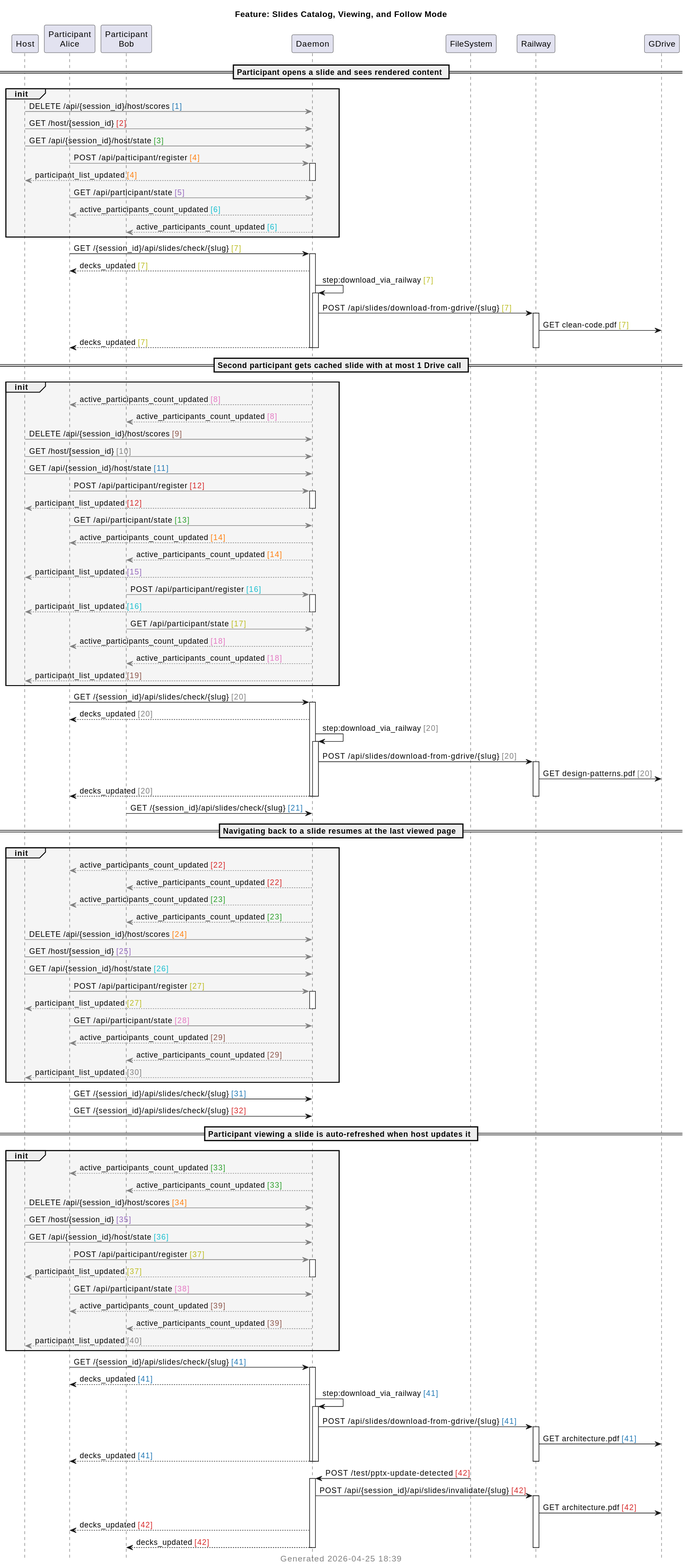
This is docs/sequences/extracted/svg/06-slides-sequence.svg from victorrentea/training-assistant, a PlantUML export, as it was before one commit.
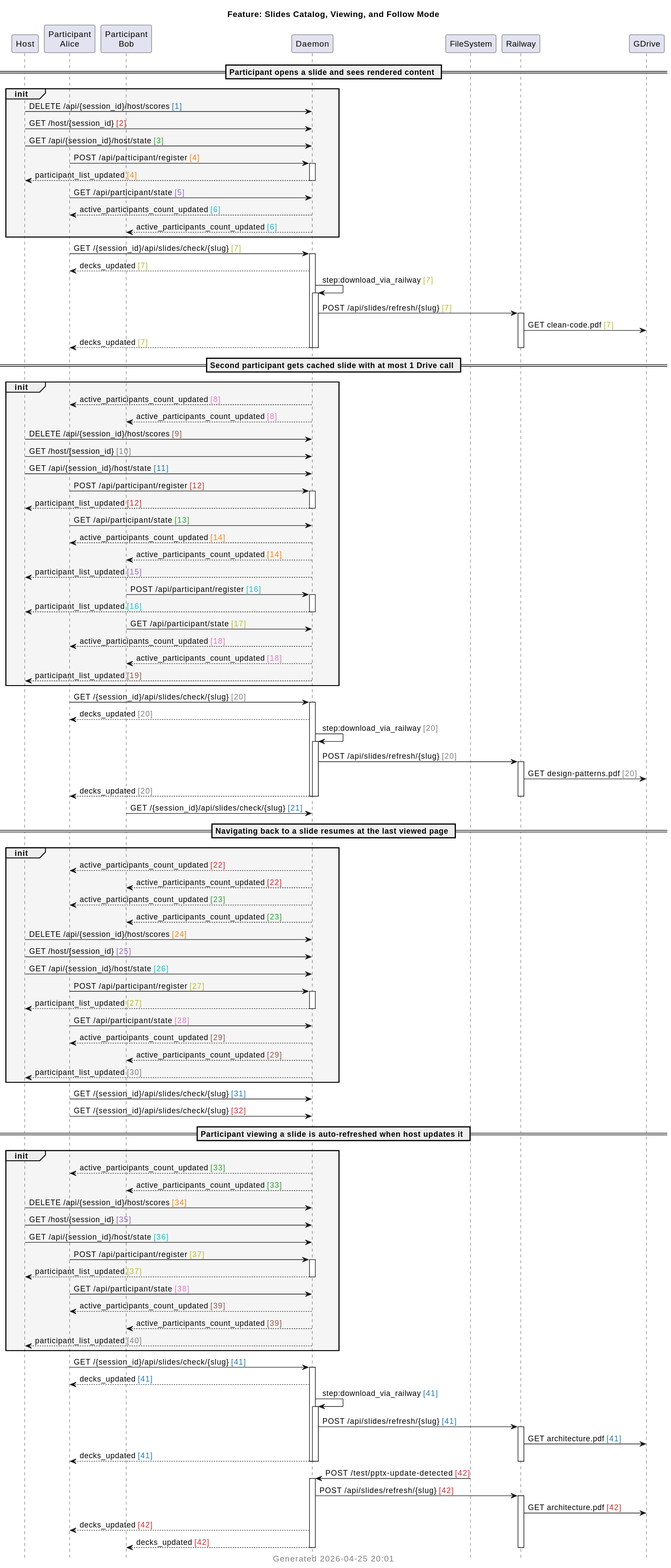
The same file after the commit.

What changed in the source:
```diff
@@ -1,7 +1,7 @@
 @startuml
 hide footbox
 title Feature: Slides Catalog, Viewing, and Follow Mode
-caption <color:gray>Generated 2026-04-25 18:39</color>
+caption <color:gray>Generated 2026-04-25 20:01</color>
 
 participant "Host"
 participant "Participant\nAlice"
@@ -13,23 +13,23 @@
 
 == Participant opens a slide and sees rendered content ==
 group #F5F5F5 init
-  "Host" [#gray]-> "Daemon": DELETE /api/{session_id}/host/scores <color:#1F77B4>[1]</color>
-  "Host" [#gray]-> "Daemon": GET /host/{session_id} <color:#D62728>[2]</color>
-  "Host" [#gray]-> "Daemon": GET /api/{session_id}/host/state <color:#2CA02C>[3]</color>
-  "Participant\nAlice" [#gray]-> "Daemon": POST /api/participant/register <color:#FF7F0E>[4]</color>
+  "Host" -> "Daemon": DELETE /api/{session_id}/host/scores <color:#1F77B4>[1]</color>
+  "Host" -> "Daemon": GET /host/{session_id} <color:#D62728>[2]</color>
+  "Host" -> "Daemon": GET /api/{session_id}/host/state <color:#2CA02C>[3]</color>
+  "Participant\nAlice" -> "Daemon": POST /api/participant/register <color:#FF7F0E>[4]</color>
   activate "Daemon"
-  "Daemon" [#gray]--> "Host": participant_list_updated <color:#FF7F0E>[4]</color>
+  "Daemon" --> "Host": participant_list_updated <color:#FF7F0E>[4]</color>
   deactivate "Daemon"
-  "Participant\nAlice" [#gray]-> "Daemon": GET /api/participant/state <color:#9467BD>[5]</color>
-  "Daemon" [#gray]--> "Participant\nAlice": active_participants_count_updated <color:#17BECF>[6]</color>
-  "Daemon" [#gray]--> "Participant\nBob": active_participants_count_updated <color:#17BECF>[6]</color>
+  "Participant\nAlice" -> "Daemon": GET /api/participant/state <color:#9467BD>[5]</color>
+  "Daemon" --> "Participant\nAlice": active_participants_count_updated <color:#17BECF>[6]</color>
+  "Daemon" --> "Participant\nBob": active_participants_count_updated <color:#17BECF>[6]</color>
 end
 "Participant\nAlice" -> "Daemon": GET /{session_id}/api/slides/check/{slug} <color:#BCBD22>[7]</color>
 activate "Daemon"
 "Daemon" --> "Participant\nAlice": decks_updated <color:#BCBD22>[7]</color>
 "Daemon" -> "Daemon": step:download_via_railway <color:#BCBD22>[7]</color>
 activate "Daemon"
-"Daemon" -> "Railway": POST /api/slides/download-from-gdrive/{slug} <color:#BCBD22>[7]</color>
+"Daemon" -> "Railway": POST /api/slides/refresh/{slug} <color:#BCBD22>[7]</color>
 activate "Railway"
 "Railway" -> "GDrive": GET clean-code.pdf <color:#BCBD22>[7]</color>
 "Daemon" --> "Participant\nAlice": decks_updated <color:#BCBD22>[7]</color>
@@ -39,34 +39,34 @@
 
 == Second participant gets cached slide with at most 1 Drive call ==
 group #F5F5F5 init
-  "Daemon" [#gray]--> "Participant\nAlice": active_participants_count_updated <color:#E377C2>[8]</color>
-  "Daemon" [#gray]--> "Participant\nBob": active_participants_count_updated <color:#E377C2>[8]</color>
-  "Host" [#gray]-> "Daemon": DELETE /api/{session_id}/host/scores <color:#8C564B>[9]</color>
-  "Host" [#gray]-> "Daemon": GET /host/{session_id} <color:#7F7F7F>[10]</color>
-  "Host" [#gray]-> "Daemon": GET /api/{session_id}/host/state <color:#1F77B4>[11]</color>
-  "Participant\nAlice" [#gray]-> "Daemon": POST /api/participant/register <color:#D62728>[12]</color>
+  "Daemon" --> "Participant\nAlice": active_participants_count_updated <color:#E377C2>[8]</color>
+  "Daemon" --> "Participant\nBob": active_participants_count_updated <color:#E377C2>[8]</color>
+  "Host" -> "Daemon": DELETE /api/{session_id}/host/scores <color:#8C564B>[9]</color>
+  "Host" -> "Daemon": GET /host/{session_id} <color:#7F7F7F>[10]</color>
+  "Host" -> "Daemon": GET /api/{session_id}/host/state <color:#1F77B4>[11]</color>
+  "Participant\nAlice" -> "Daemon": POST /api/participant/register <color:#D62728>[12]</color>
   activate "Daemon"
-  "Daemon" [#gray]--> "Host": participant_list_updated <color:#D62728>[12]</color>
+  "Daemon" --> "Host": participant_list_updated <color:#D62728>[12]</color>
   deactivate "Daemon"
-  "Participant\nAlice" [#gray]-> "Daemon": GET /api/participant/state <color:#2CA02C>[13]</color>
-  "Daemon" [#gray]--> "Participant\nAlice": active_participants_count_updated <color:#FF7F0E>[14]</color>
-  "Daemon" [#gray]--> "Participant\nBob": active_participants_count_updated <color:#FF7F0E>[14]</color>
-  "Daemon" [#gray]--> "Host": participant_list_updated <color:#9467BD>[15]</color>
-  "Participant\nBob" [#gray]-> "Daemon": POST /api/participant/register <color:#17BECF>[16]</color>
+  "Participant\nAlice" -> "Daemon": GET /api/participant/state <color:#2CA02C>[13]</color>
+  "Daemon" --> "Participant\nAlice": active_participants_count_updated <color:#FF7F0E>[14]</color>
+  "Daemon" --> "Participant\nBob": active_participants_count_updated <color:#FF7F0E>[14]</color>
+  "Daemon" --> "Host": participant_list_updated <color:#9467BD>[15]</color>
+  "Participant\nBob" -> "Daemon": POST /api/participant/register <color:#17BECF>[16]</color>
   activate "Daemon"
-  "Daemon" [#gray]--> "Host": participant_list_updated <color:#17BECF>[16]</color>
+  "Daemon" --> "Host": participant_list_updated <color:#17BECF>[16]</color>
   deactivate "Daemon"
-  "Participant\nBob" [#gray]-> "Daemon": GET /api/participant/state <color:#BCBD22>[17]</color>
-  "Daemon" [#gray]--> "Participant\nAlice": active_participants_count_updated <color:#E377C2>[18]</color>
-  "Daemon" [#gray]--> "Participant\nBob": active_participants_count_updated <color:#E377C2>[18]</color>
-  "Daemon" [#gray]--> "Host": participant_list_updated <color:#8C564B>[19]</color>
+  "Participant\nBob" -> "Daemon": GET /api/participant/state <color:#BCBD22>[17]</color>
+  "Daemon" --> "Participant\nAlice": active_participants_count_updated <color:#E377C2>[18]</color>
+  "Daemon" --> "Participant\nBob": active_participants_count_updated <color:#E377C2>[18]</color>
+  "Daemon" --> "Host": participant_list_updated <color:#8C564B>[19]</color>
 end
 "Participant\nAlice" -> "Daemon": GET /{session_id}/api/slides/check/{slug} <color:#7F7F7F>[20]</color>
 activate "Daemon"
 "Daemon" --> "Participant\nAlice": decks_updated <color:#7F7F7F>[20]</color>
 "Daemon" -> "Daemon": step:download_via_railway <color:#7F7F7F>[20]</color>
 activate "Daemon"
-"Daemon" -> "Railway": POST /api/slides/download-from-gdrive/{slug} <color:#7F7F7F>[20]</color>
+"Daemon" -> "Railway": POST /api/slides/refresh/{slug} <color:#7F7F7F>[20]</color>
 activate "Railway"
 "Railway" -> "GDrive": GET design-patterns.pdf <color:#7F7F7F>[20]</color>
 "Daemon" --> "Participant\nAlice": decks_updated <color:#7F7F7F>[20]</color>
@@ -77,47 +77,47 @@
 
 == Navigating back to a slide resumes at the last viewed page ==
 group #F5F5F5 init
-  "Daemon" [#gray]--> "Participant\nAlice": active_participants_count_updated <color:#D62728>[22]</color>
-  "Daemon" [#gray]--> "Participant\nBob": active_participants_count_updated <color:#D62728>[22]</color>
-  "Daemon" [#gray]--> "Participant\nAlice": active_participants_count_updated <color:#2CA02C>[23]</color>
-  "Daemon" [#gray]--> "Participant\nBob": active_participants_count_updated <color:#2CA02C>[23]</color>
-  "Host" [#gray]-> "Daemon": DELETE /api/{session_id}/host/scores <color:#FF7F0E>[24]</color>
-  "Host" [#gray]-> "Daemon": GET /host/{session_id} <color:#9467BD>[25]</color>
-  "Host" [#gray]-> "Daemon": GET /api/{session_id}/host/state <color:#17BECF>[26]</color>
-  "Participant\nAlice" [#gray]-> "Daemon": POST /api/participant/register <color:#BCBD22>[27]</color>
+  "Daemon" --> "Participant\nAlice": active_participants_count_updated <color:#D62728>[22]</color>
+  "Daemon" --> "Participant\nBob": active_participants_count_updated <color:#D62728>[22]</color>
+  "Daemon" --> "Participant\nAlice": active_participants_count_updated <color:#2CA02C>[23]</color>
+  "Daemon" --> "Participant\nBob": active_participants_count_updated <color:#2CA02C>[23]</color>
+  "Host" -> "Daemon": DELETE /api/{session_id}/host/scores <color:#FF7F0E>[24]</color>
+  "Host" -> "Daemon": GET /host/{session_id} <color:#9467BD>[25]</color>
+  "Host" -> "Daemon": GET /api/{session_id}/host/state <color:#17BECF>[26]</color>
+  "Participant\nAlice" -> "Daemon": POST /api/participant/register <color:#BCBD22>[27]</color>
   activate "Daemon"
-  "Daemon" [#gray]--> "Host": participant_list_updated <color:#BCBD22>[27]</color>
+  "Daemon" --> "Host": participant_list_updated <color:#BCBD22>[27]</color>
   deactivate "Daemon"
-  "Participant\nAlice" [#gray]-> "Daemon": GET /api/participant/state <color:#E377C2>[28]</color>
-  "Daemon" [#gray]--> "Participant\nAlice": active_participants_count_updated <color:#8C564B>[29]</color>
-  "Daemon" [#gray]--> "Participant\nBob": active_participants_count_updated <color:#8C564B>[29]</color>
-  "Daemon" [#gray]--> "Host": participant_list_updated <color:#7F7F7F>[30]</color>
+  "Participant\nAlice" -> "Daemon": GET /api/participant/state <color:#E377C2>[28]</color>
+  "Daemon" --> "Participant\nAlice": active_participants_count_updated <color:#8C564B>[29]</color>
+  "Daemon" --> "Participant\nBob": active_participants_count_updated <color:#8C564B>[29]</color>
+  "Daemon" --> "Host": participant_list_updated <color:#7F7F7F>[30]</color>
 end
 "Participant\nAlice" -> "Daemon": GET /{session_id}/api/slides/check/{slug} <color:#1F77B4>[31]</color>
 "Participant\nAlice" -> "Daemon": GET /{session_id}/api/slides/check/{slug} <color:#D62728>[32]</color>
 
 == Participant viewing a slide is auto-refreshed when host updates it ==
 group #F5F5F5 init
-  "Daemon" [#gray]--> "Participant\nAlice": active_participants_count_updated <color:#2CA02C>[33]</color>
-  "Daemon" [#gray]--> "Participant\nBob": active_participants_count_updated <color:#2CA02C>[33]</color>
-  "Host" [#gray]-> "Daemon": DELETE /api/{session_id}/host/scores <color:#FF7F0E>[34]</color>
-  "Host" [#gray]-> "Daemon": GET /host/{session_id} <color:#9467BD>[35]</color>
-  "Host" [#gray]-> "Daemon": GET /api/{session_id}/host/state <color:#17BECF>[36]</color>
-  "Participant\nAlice" [#gray]-> "Daemon": POST /api/participant/register <color:#BCBD22>[37]</color>
+  "Daemon" --> "Participant\nAlice": active_participants_count_updated <color:#2CA02C>[33]</color>
+  "Daemon" --> "Participant\nBob": active_participants_count_updated <color:#2CA02C>[33]</color>
+  "Host" -> "Daemon": DELETE /api/{session_id}/host/scores <color:#FF7F0E>[34]</color>
+  "Host" -> "Daemon": GET /host/{session_id} <color:#9467BD>[35]</color>
+  "Host" -> "Daemon": GET /api/{session_id}/host/state <color:#17BECF>[36]</color>
+  "Participant\nAlice" -> "Daemon": POST /api/participant/register <color:#BCBD22>[37]</color>
   activate "Daemon"
-  "Daemon" [#gray]--> "Host": participant_list_updated <color:#BCBD22>[37]</color>
+  "Daemon" --> "Host": participant_list_updated <color:#BCBD22>[37]</color>
   deactivate "Daemon"
-  "Participant\nAlice" [#gray]-> "Daemon": GET /api/participant/state <color:#E377C2>[38]</color>
-  "Daemon" [#gray]--> "Participant\nAlice": active_participants_count_updated <color:#8C564B>[39]</color>
-  "Daemon" [#gray]--> "Participant\nBob": active_participants_count_updated <color:#8C564B>[39]</color>
-  "Daemon" [#gray]--> "Host": participant_list_updated <color:#7F7F7F>[40]</color>
+  "Participant\nAlice" -> "Daemon": GET /api/participant/state <color:#E377C2>[38]</color>
+  "Daemon" --> "Participant\nAlice": active_participants_count_updated <color:#8C564B>[39]</color>
+  "Daemon" --> "Participant\nBob": active_participants_count_updated <color:#8C564B>[39]</color>
+  "Daemon" --> "Host": participant_list_updated <color:#7F7F7F>[40]</color>
 end
 "Participant\nAlice" -> "Daemon": GET /{session_id}/api/slides/check/{slug} <color:#1F77B4>[41]</color>
 activate "Daemon"
 "Daemon" --> "Participant\nAlice": decks_updated <color:#1F77B4>[41]</color>
 "Daemon" -> "Daemon": step:download_via_railway <color:#1F77B4>[41]</color>
 activate "Daemon"
-"Daemon" -> "Railway": POST /api/slides/download-from-gdrive/{slug} <color:#1F77B4>[41]</color>
+"Daemon" -> "Railway": POST /api/slides/refresh/{slug} <color:#1F77B4>[41]</color>
 activate "Railway"
 "Railway" -> "GDrive": GET architecture.pdf <color:#1F77B4>[41]</color>
 "Daemon" --> "Participant\nAlice": decks_updated <color:#1F77B4>[41]</color>
@@ -126,11 +126,11 @@
 deactivate "Daemon"
 "FileSystem" -> "Daemon": POST /test/pptx-update-detected <color:#D62728>[42]</color>
 activate "Daemon"
-"Daemon" -> "Railway": POST /api/{session_id}/api/slides/invalidate/{slug} <color:#D62728>[42]</color>
+"Daemon" -> "Railway": POST /api/slides/refresh/{slug} <color:#D62728>[42]</color>
 activate "Railway"
 "Railway" -> "GDrive": GET architecture.pdf <color:#D62728>[42]</color>
 "Daemon" --> "Participant\nAlice": decks_updated <color:#D62728>[42]</color>
 "Daemon" --> "Participant\nBob": decks_updated <color:#D62728>[42]</color>
+deactivate "Railway"
 deactivate "Daemon"
-deactivate "Railway"
 @enduml
```
